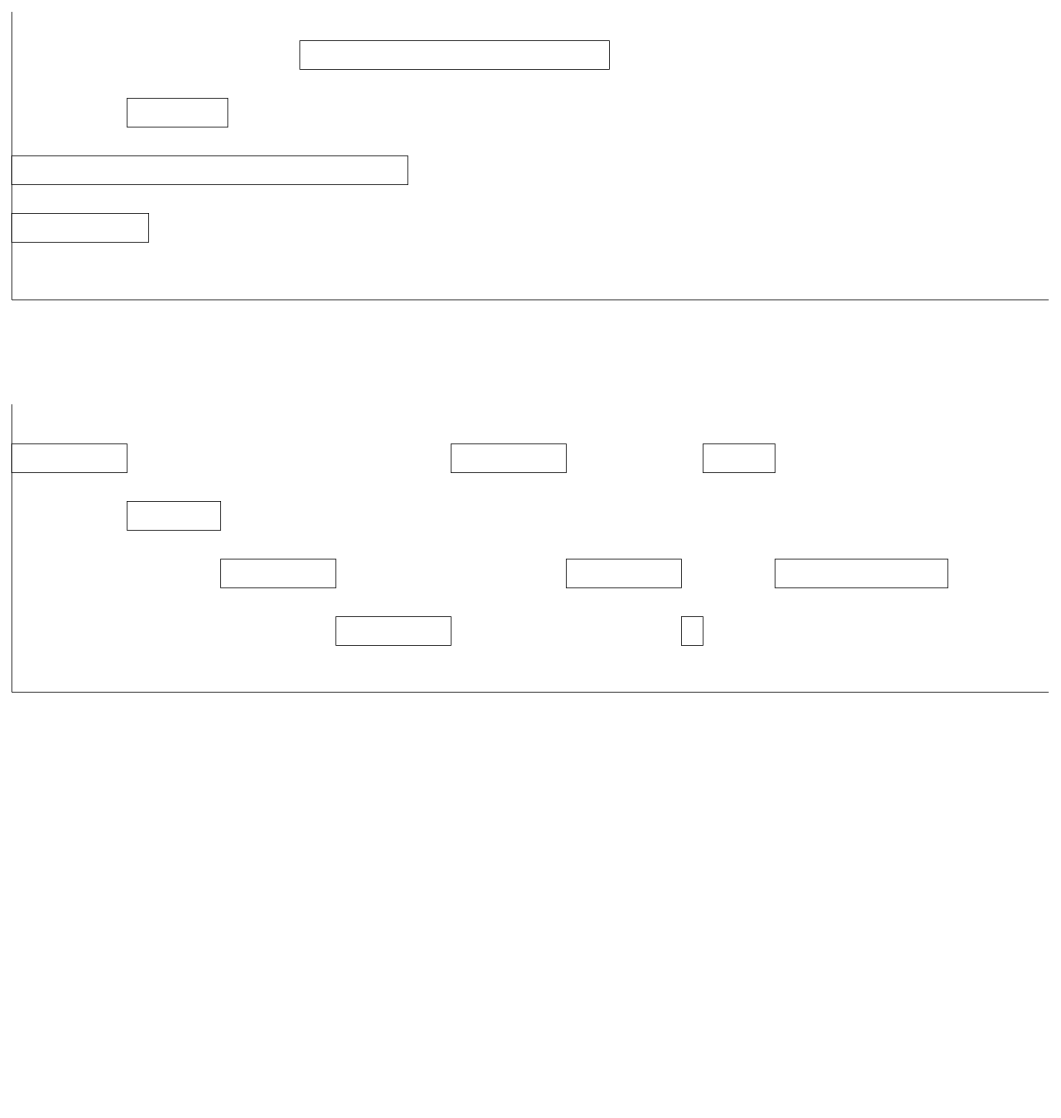
Above: Diagramme sans nom.drawio in CodeNelFey/diagramms (draw.io), before the change. Source tidied: cells renumbered, new cells numbered last; positions are measured from the earlier drawing's top-left corner, leaving out a move shared by most shapes. Both pictures are drawn from the tidied source at 72%, with x=0, y=0 at pixel (12, 12).
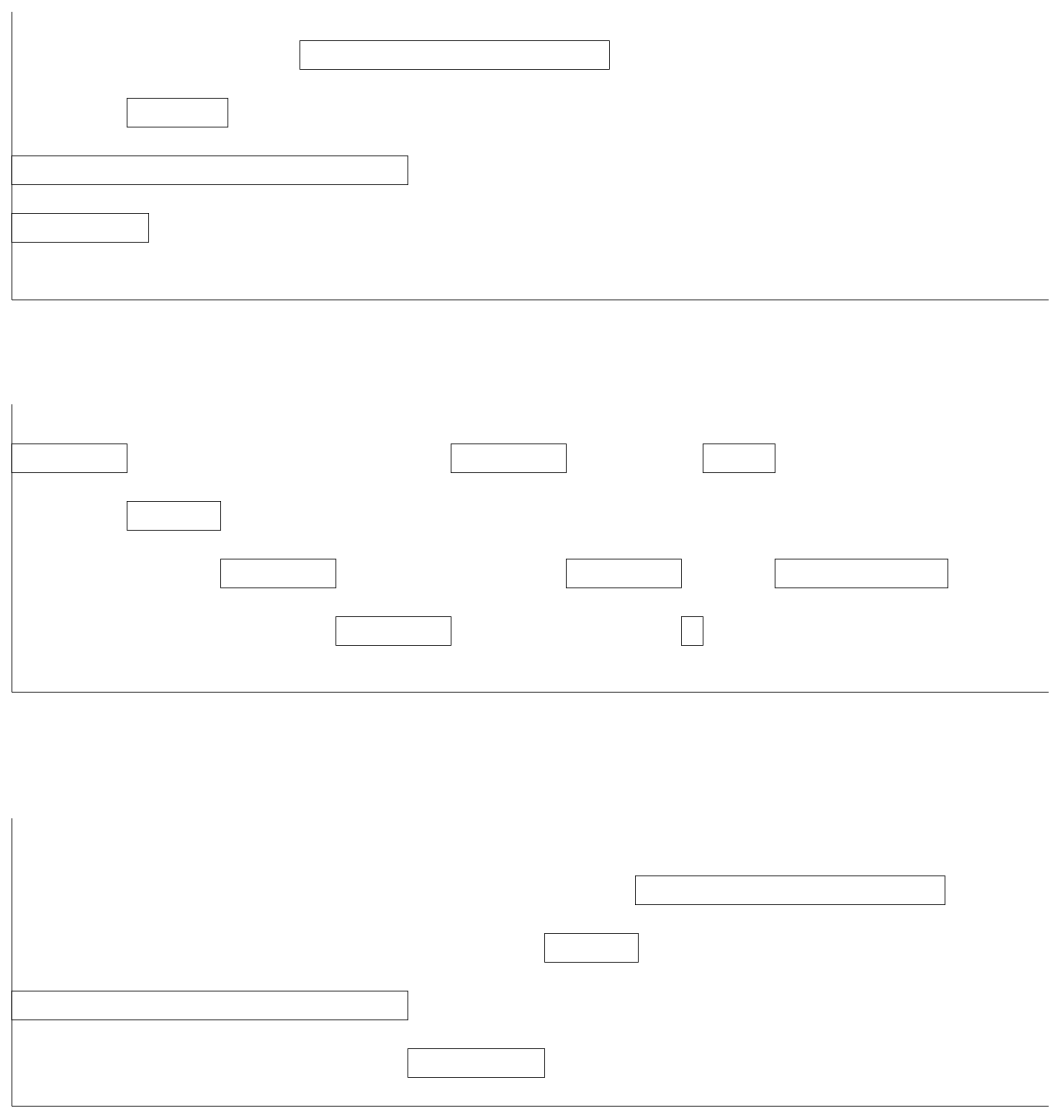
After the change.

Commit message (it also covers changes not shown here):
Mettre à jour Diagramme sans nom.drawio

Diff of the diagram source:
```diff
@@
+    <mxCell id="19" style="endArrow=none;html=1;rounded=0;" parent="1" edge="1">
+      <mxGeometry relative="1" as="geometry">
+        <mxPoint y="1520" as="sourcePoint" />
+        <mxPoint x="1440" y="1520" as="targetPoint" />
+      </mxGeometry>
+    </mxCell>
+    <mxCell id="20" style="endArrow=none;html=1;rounded=0;" parent="1" edge="1">
+      <mxGeometry relative="1" as="geometry">
+        <mxPoint y="1520" as="sourcePoint" />
+        <mxPoint y="1120" as="targetPoint" />
+      </mxGeometry>
+    </mxCell>
+    <mxCell id="21" style="rounded=0;whiteSpace=wrap;html=1;direction=south;" parent="1" vertex="1">
+      <mxGeometry x="866" y="1200" width="430" height="40" as="geometry" />
+    </mxCell>
+    <mxCell id="22" style="rounded=0;whiteSpace=wrap;html=1;direction=south;" parent="1" vertex="1">
+      <mxGeometry x="740" y="1280" width="130" height="40" as="geometry" />
+    </mxCell>
+    <mxCell id="23" style="rounded=0;whiteSpace=wrap;html=1;direction=south;" parent="1" vertex="1">
+      <mxGeometry x="550" y="1440" width="190" height="40" as="geometry" />
+    </mxCell>
+    <mxCell id="24" style="rounded=0;whiteSpace=wrap;html=1;direction=south;" parent="1" vertex="1">
+      <mxGeometry y="1360" width="550" height="40" as="geometry" />
+    </mxCell>
```
